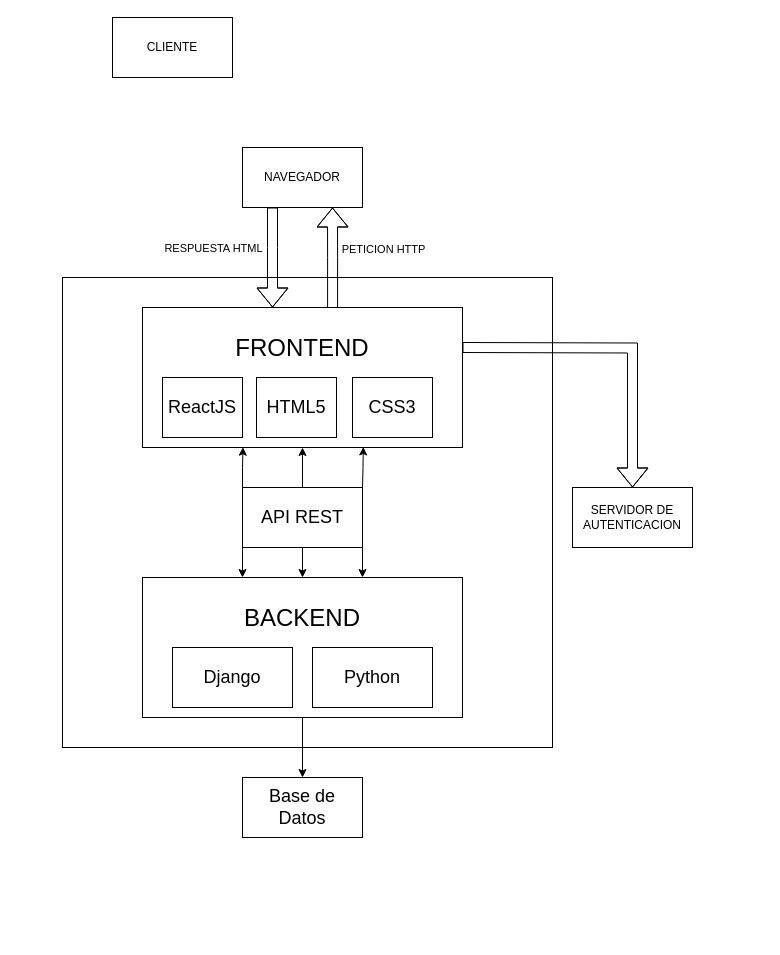
Earlier version of the draw.io diagram Diagrama Arquitectura de Alto Nivel.drawio (18luisc/Attenzio). Source tidied: cells renumbered, new cells numbered last; positions are measured from the earlier drawing's top-left corner, leaving out a move shared by most shapes. Both pictures are drawn from the tidied source at 100%, with x=0, y=0 at pixel (62, 17).
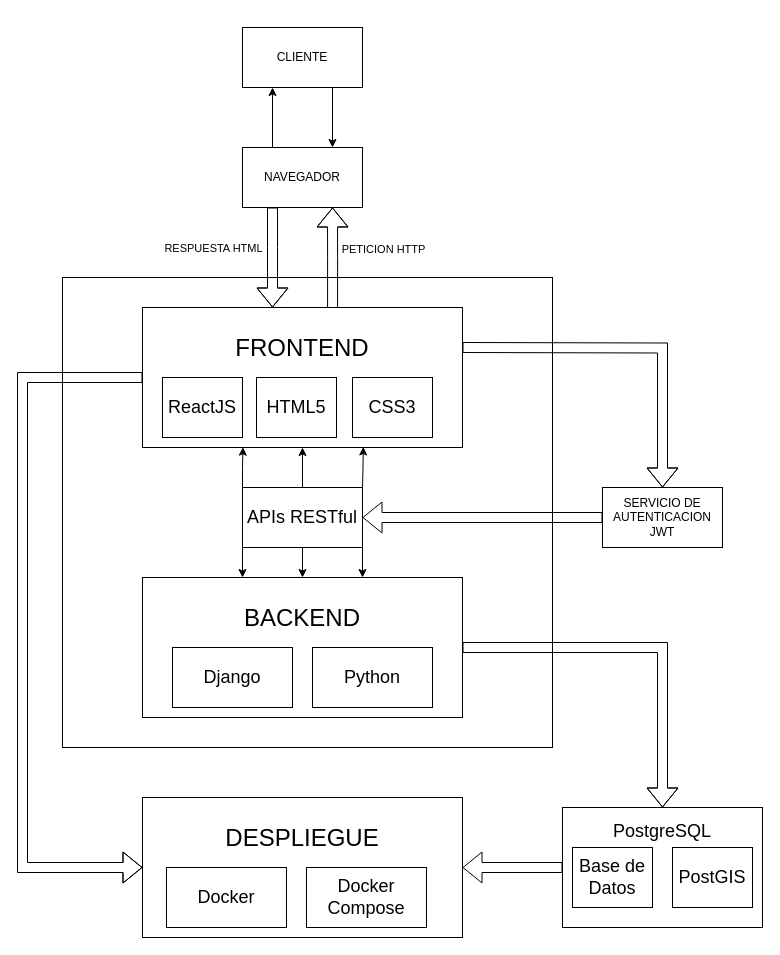
The same page after the edit.

Commit message:
Actualización despliegue y base de datos

The change refers to these unchanged cells:
```xml
<mxCell id="5" value="&lt;font style=&quot;font-size: 24px;&quot;&gt;FRONTEND&lt;/font&gt;&lt;div&gt;&lt;br&gt;&lt;/div&gt;&lt;div&gt;&lt;br&gt;&lt;/div&gt;&lt;div&gt;&lt;br&gt;&lt;/div&gt;&lt;div&gt;&lt;br&gt;&lt;/div&gt;" style="rounded=0;whiteSpace=wrap;html=1;" parent="1" vertex="1">
  <mxGeometry x="80" y="290" width="320" height="140" as="geometry" />
</mxCell>
<mxCell id="8" value="&lt;div&gt;&lt;span style=&quot;font-size: 24px;&quot;&gt;BACKEND&lt;/span&gt;&lt;/div&gt;&lt;div&gt;&lt;span style=&quot;font-size: 24px;&quot;&gt;&lt;br&gt;&lt;/span&gt;&lt;/div&gt;&lt;div&gt;&lt;span style=&quot;font-size: 24px;&quot;&gt;&lt;br&gt;&lt;/span&gt;&lt;/div&gt;" style="rounded=0;whiteSpace=wrap;html=1;" parent="1" vertex="1">
  <mxGeometry x="80" y="560" width="320" height="140" as="geometry" />
</mxCell>
<mxCell id="15" value="NAVEGADOR" style="rounded=0;whiteSpace=wrap;html=1;" parent="1" vertex="1">
  <mxGeometry x="180" y="130" width="120" height="60" as="geometry" />
</mxCell>
```

Change to the diagram source:
```diff
@@
-    <mxCell id="7" style="edgeStyle=orthogonalEdgeStyle;rounded=0;jettySize=auto;html=1;" parent="1" edge="1" source="8" target="16">
-      <mxGeometry relative="1" as="geometry" />
-    </mxCell>
@@
-    <mxCell id="12" value="&lt;font style=&quot;font-size: 18px;&quot;&gt;API REST&lt;/font&gt;" style="rounded=0;whiteSpace=wrap;html=1;" parent="1" vertex="1">
+    <mxCell id="12" value="&lt;font style=&quot;font-size: 18px;&quot;&gt;APIs RESTful&lt;/font&gt;" style="rounded=0;whiteSpace=wrap;html=1;" parent="1" vertex="1">
       <mxGeometry x="180" y="470" width="120" height="60" as="geometry" />
     </mxCell>
     <mxCell id="13" value="CLIENTE" style="rounded=0;whiteSpace=wrap;html=1;" parent="1" vertex="1">
-      <mxGeometry x="50" width="120" height="60" as="geometry" />
+      <mxGeometry x="180" y="10" width="120" height="60" as="geometry" />
     </mxCell>
-    <mxCell id="14" value="SERVIDOR DE AUTENTICACION" style="rounded=0;whiteSpace=wrap;html=1;" parent="1" vertex="1">
-      <mxGeometry x="510" y="470" width="120" height="60" as="geometry" />
+    <mxCell id="14" value="SERVICIO DE AUTENTICACION&lt;div&gt;JWT&lt;/div&gt;" style="rounded=0;whiteSpace=wrap;html=1;" parent="1" vertex="1">
+      <mxGeometry x="540" y="470" width="120" height="60" as="geometry" />
     </mxCell>
+    <mxCell id="27" style="rounded=0;jettySize=auto;html=1;entryX=0.25;entryY=1;entryDx=0;entryDy=0;exitX=0.25;exitY=0;exitDx=0;exitDy=0;" parent="1" edge="1" source="15" target="13">
+      <mxGeometry relative="1" as="geometry" />
+    </mxCell>
@@
-    <mxCell id="16" value="&lt;font style=&quot;font-size: 18px;&quot;&gt;Base de Datos&lt;/font&gt;" style="rounded=0;whiteSpace=wrap;html=1;" parent="1" vertex="1">
-      <mxGeometry x="180" y="760" width="120" height="60" as="geometry" />
+    <mxCell id="16" value="&lt;span style=&quot;font-size: 18px;&quot;&gt;PostgreSQL&lt;/span&gt;&lt;div&gt;&lt;span style=&quot;font-size: 18px;&quot;&gt;&lt;br&gt;&lt;/span&gt;&lt;/div&gt;&lt;div&gt;&lt;span style=&quot;font-size: 18px;&quot;&gt;&lt;br&gt;&lt;/span&gt;&lt;/div&gt;&lt;div&gt;&lt;br&gt;&lt;/div&gt;&lt;div&gt;&lt;br&gt;&lt;/div&gt;" style="rounded=0;whiteSpace=wrap;html=1;" parent="1" vertex="1">
+      <mxGeometry x="500" y="790" width="200" height="120" as="geometry" />
     </mxCell>
@@
+    <mxCell id="28" style="shape=flexArrow;endArrow=classic;html=1;rounded=0;entryX=1;entryY=0.5;entryDx=0;entryDy=0;exitX=0;exitY=0.5;exitDx=0;exitDy=0;" parent="1" edge="1" source="14" target="12">
+      <mxGeometry relative="1" as="geometry" />
+    </mxCell>
+    <mxCell id="29" value="&lt;span style=&quot;font-size: 24px;&quot;&gt;DESPLIEGUE&lt;/span&gt;&lt;div&gt;&lt;span style=&quot;font-size: 24px;&quot;&gt;&lt;br&gt;&lt;/span&gt;&lt;/div&gt;&lt;div&gt;&lt;span style=&quot;font-size: 24px;&quot;&gt;&lt;br&gt;&lt;/span&gt;&lt;/div&gt;" style="rounded=0;whiteSpace=wrap;html=1;" parent="1" vertex="1">
+      <mxGeometry x="80" y="780" width="320" height="140" as="geometry" />
+    </mxCell>
+    <mxCell id="30" value="&lt;span style=&quot;font-size: 18px;&quot;&gt;Docker&lt;/span&gt;" style="rounded=0;whiteSpace=wrap;html=1;" parent="1" vertex="1">
+      <mxGeometry x="104" y="850" width="120" height="60" as="geometry" />
+    </mxCell>
+    <mxCell id="31" value="&lt;span style=&quot;font-size: 18px;&quot;&gt;Docker Compose&lt;/span&gt;" style="rounded=0;whiteSpace=wrap;html=1;" parent="1" vertex="1">
+      <mxGeometry x="244" y="850" width="120" height="60" as="geometry" />
+    </mxCell>
+    <mxCell id="32" value="&lt;font style=&quot;font-size: 18px;&quot;&gt;Base de Datos&lt;/font&gt;" style="rounded=0;whiteSpace=wrap;html=1;" parent="1" vertex="1">
+      <mxGeometry x="510" y="830" width="80" height="60" as="geometry" />
+    </mxCell>
+    <mxCell id="33" value="&lt;font style=&quot;font-size: 18px;&quot;&gt;PostGIS&lt;/font&gt;" style="rounded=0;whiteSpace=wrap;html=1;" parent="1" vertex="1">
+      <mxGeometry x="610" y="830" width="80" height="60" as="geometry" />
+    </mxCell>
+    <mxCell id="34" style="rounded=0;jettySize=auto;html=1;entryX=0.75;entryY=0;entryDx=0;entryDy=0;exitX=0.75;exitY=1;exitDx=0;exitDy=0;" parent="1" edge="1" source="13" target="15">
+      <mxGeometry relative="1" as="geometry" />
+    </mxCell>
+    <mxCell id="7" style="shape=flexArrow;endArrow=classic;html=1;rounded=0;exitX=1;exitY=0.5;exitDx=0;exitDy=0;entryX=0.5;entryY=0;entryDx=0;entryDy=0;edgeStyle=orthogonalEdgeStyle;" parent="1" edge="1" source="8" target="16">
+      <mxGeometry relative="1" as="geometry" />
+    </mxCell>
+    <mxCell id="35" style="shape=flexArrow;endArrow=classic;html=1;rounded=0;entryX=1;entryY=0.5;entryDx=0;entryDy=0;exitX=0;exitY=0.5;exitDx=0;exitDy=0;" parent="1" edge="1" source="16" target="29">
+      <mxGeometry relative="1" as="geometry" />
+    </mxCell>
+    <mxCell id="36" style="shape=flexArrow;endArrow=classic;html=1;rounded=0;entryX=0;entryY=0.5;entryDx=0;entryDy=0;exitX=0;exitY=0.5;exitDx=0;exitDy=0;edgeStyle=orthogonalEdgeStyle;" parent="1" edge="1" source="5" target="29">
+      <mxGeometry relative="1" as="geometry">
+        <Array as="points">
+          <mxPoint x="-40" y="360" />
+          <mxPoint x="-40" y="850" />
+        </Array>
+      </mxGeometry>
+    </mxCell>
```
